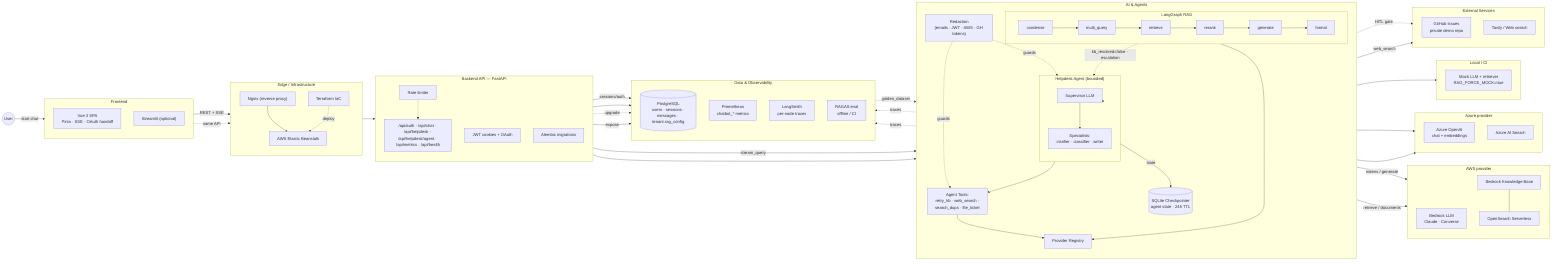
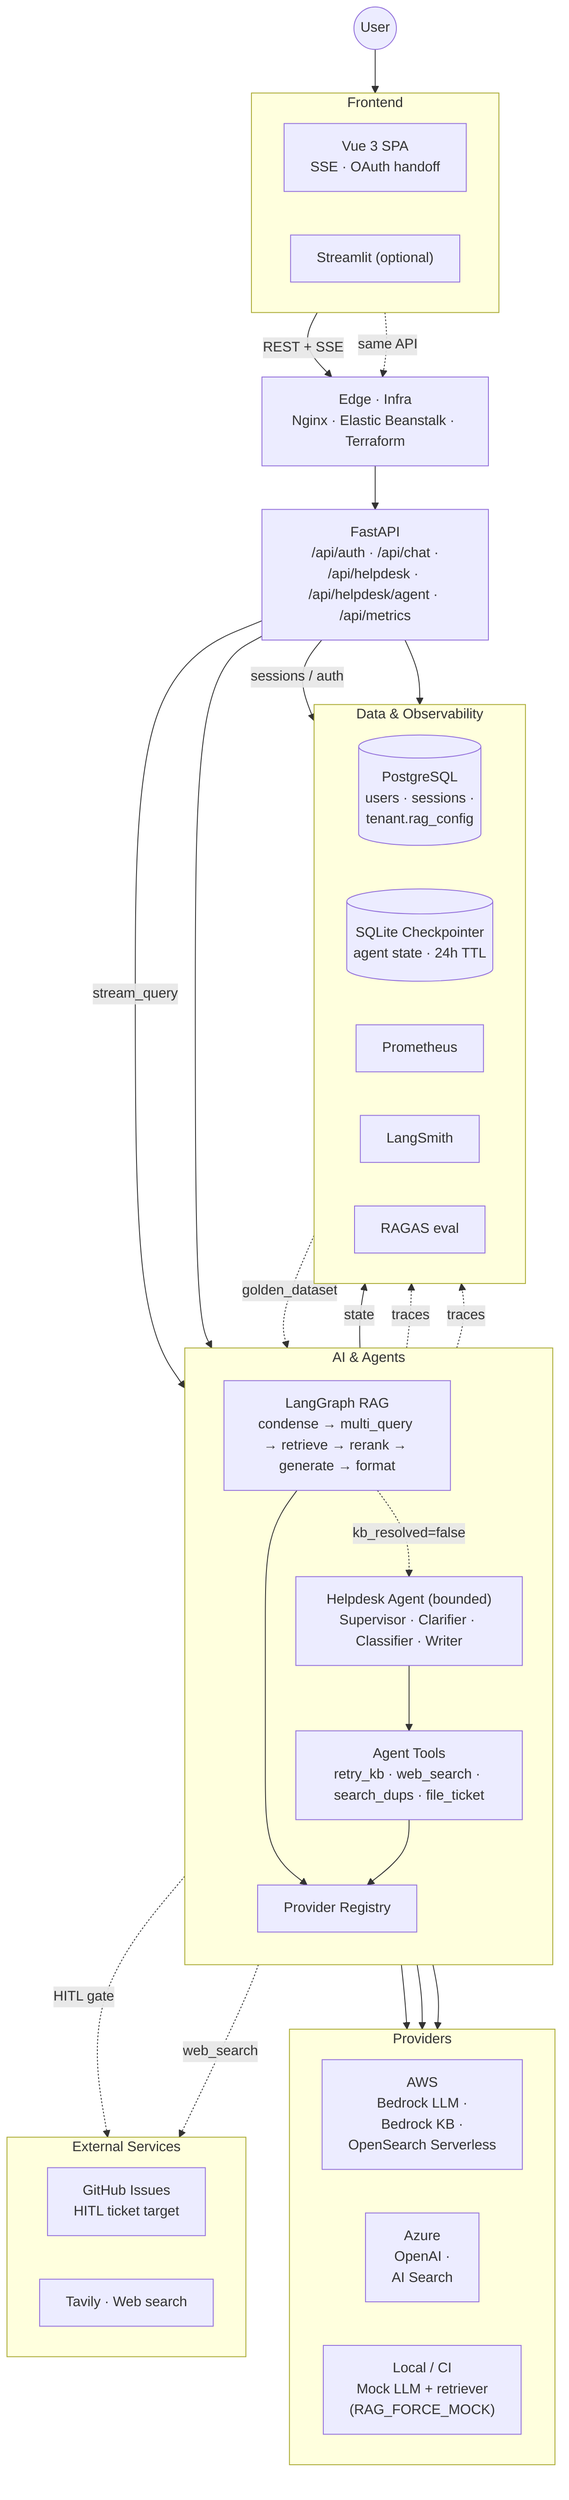
%% Campus RAG Assistant — detailed architecture (v3)
%% Source of truth for `architecture_detailed_v3`. Render inline via mkdocs
%% (pymdownx.snippets in a ```mermaid fence) or to PNG via mermaid-cli:
%%   mmdc -i architecture_detailed_v3.mmd -o architecture_detailed_v3.png
- flowchart LR
+ flowchart TB
  User((User))

-   subgraph Frontend ["Frontend"]
-     direction TB
-     Vue["Vue 3 SPA<br/>Pinia · SSE · OAuth handoff"]
+   subgraph FE ["Frontend"]
+     direction LR
+     Vue["Vue 3 SPA<br/>SSE · OAuth handoff"]
    Streamlit["Streamlit (optional)"]
  end

-   subgraph Edge ["Edge / Infrastructure"]
+   Edge["Edge · Infra<br/>Nginx · Elastic Beanstalk · Terraform"]
+ 
+   API["FastAPI<br/>/api/auth · /api/chat ·<br/>/api/helpdesk · /api/helpdesk/agent · /api/metrics"]
+ 
+   subgraph AI ["AI &amp; Agents"]
    direction TB
-     Nginx["Nginx (reverse proxy)"]
-     EB["AWS Elastic Beanstalk"]
-     Terraform["Terraform IaC"]
+     RAG["LangGraph RAG<br/>condense → multi_query → retrieve → rerank → generate → format"]
+     Help["Helpdesk Agent (bounded)<br/>Supervisor · Clarifier · Classifier · Writer"]
+     Tools["Agent Tools<br/>retry_kb · web_search · search_dups · file_ticket"]
+     Reg["Provider Registry"]
  end

-   subgraph API ["Backend API — FastAPI"]
-     direction TB
-     Routers["/api/auth · /api/chat · /api/helpdesk · /api/helpdesk/agent · /api/metrics · /api/health"]
-     Auth["JWT cookies + OAuth"]
-     Rate["Rate limiter"]
-     Alembic["Alembic migrations"]
-   end
- 
-   subgraph AIAgents ["AI &amp; Agents"]
-     direction TB
-     subgraph RAG ["LangGraph RAG"]
-       direction LR
-       C[condense] --> MQ[multi_query] --> R[retrieve] --> RR[rerank] --> G[generate] --> F[format]
-     end
-     subgraph Help ["Helpdesk Agent (bounded)"]
-       direction TB
-       Sup["Supervisor LLM"]
-       Spec["Specialists:<br/>clarifier · classifier · writer"]
-     end
-     Tools["Agent Tools:<br/>retry_kb · web_search ·<br/>search_dups · file_ticket"]
-     Redact["Redaction<br/>(emails · JWT · AWS · GH tokens)"]
-     Reg["Provider Registry"]
-     SQLite[("SQLite Checkpointer<br/>agent state · 24h TTL")]
-   end
- 
-   subgraph AWS ["AWS provider"]
-     direction TB
-     BLLM["Bedrock LLM<br/>Claude · Converse"]
-     BKB["Bedrock Knowledge Base"]
-     OS["OpenSearch Serverless"]
-   end
- 
-   subgraph Azure ["Azure provider"]
-     direction TB
-     AOAI["Azure OpenAI<br/>chat + embeddings"]
-     AS["Azure AI Search"]
-   end
- 
-   subgraph Mock ["Local / CI"]
-     direction TB
-     MM["Mock LLM + retriever<br/>RAG_FORCE_MOCK=true"]
+   subgraph Prov ["Providers"]
+     direction LR
+     AWS["AWS<br/>Bedrock LLM ·<br/>Bedrock KB ·<br/>OpenSearch Serverless"]
+     Azure["Azure<br/>OpenAI ·<br/>AI Search"]
+     Mock["Local / CI<br/>Mock LLM + retriever<br/>(RAG_FORCE_MOCK)"]
  end

  subgraph Ext ["External Services"]
-     direction TB
-     GH["GitHub Issues<br/>private demo repo"]
-     Tavily["Tavily / Web search"]
+     direction LR
+     GH["GitHub Issues<br/>HITL ticket target"]
+     Web["Tavily · Web search"]
  end

  subgraph Data ["Data &amp; Observability"]
-     direction TB
-     PG[("PostgreSQL<br/>users · sessions ·<br/>messages · tenant.rag_config")]
-     Prom["Prometheus<br/>chatbot_* metrics"]
-     LS["LangSmith<br/>per-node traces"]
-     RAGAS["RAGAS eval<br/>offline / CI"]
+     direction LR
+     PG[("PostgreSQL<br/>users · sessions ·<br/>tenant.rag_config")]
+     SQLite[("SQLite Checkpointer<br/>agent state · 24h TTL")]
+     Prom["Prometheus"]
+     LS["LangSmith"]
+     RAGAS["RAGAS eval"]
  end

-   %% Frontend -> Edge -> API
-   User -->|start chat| Vue
-   Vue -->|REST + SSE| Nginx
-   Streamlit -.same API.-> Nginx
-   Nginx --> EB --> API
-   Terraform -.deploy.-> EB
+   %% Top-to-bottom flow: User → Frontend → Edge → API
+   User --> Vue
+   Vue -->|REST + SSE| Edge
+   Streamlit -.same API.-> Edge
+   Edge --> API

-   %% API -> AI / Data
-   Routers -->|stream_query| RAG
-   Routers --> Help
-   Routers -->|sessions/auth| PG
-   Auth --> PG
-   Rate -.-> Routers
-   Alembic -.upgrade.-> PG
+   %% API → AI / Data
+   API -->|stream_query| RAG
+   API --> Help
+   API -->|sessions / auth| PG

-   %% Helpdesk loop
-   RAG -.kb_resolved=false · escalation.-> Help
-   Help --> Sup
-   Sup --> Spec
-   Sup --> Tools
+   %% RAG → escalation → Helpdesk
+   RAG -.kb_resolved=false.-> Help
+   Help --> Tools
  Help -->|state| SQLite
-   Tools -.HITL gate.-> GH
-   Tools -->|web_search| Tavily
-   Redact -.guards.-> Sup
-   Redact -.guards.-> Tools

-   %% Provider routing
+   %% AI → Providers
  RAG --> Reg
  Tools --> Reg
-   Reg -->|tokens / generate| BLLM
-   Reg -->|retrieve / documents| BKB
-   BKB --- OS
-   Reg --> AOAI
-   Reg --> AS
-   Reg --> MM
+   Reg --> AWS
+   Reg --> Azure
+   Reg --> Mock
+ 
+   %% Tools → External (HITL + web)
+   Tools -.HITL gate.-> GH
+   Tools -.web_search.-> Web

  %% Observability
  RAG -.traces.-> LS
  Help -.traces.-> LS
-   Routers -->|expose| Prom
+   API --> Prom
  RAGAS -.golden_dataset.-> RAG
